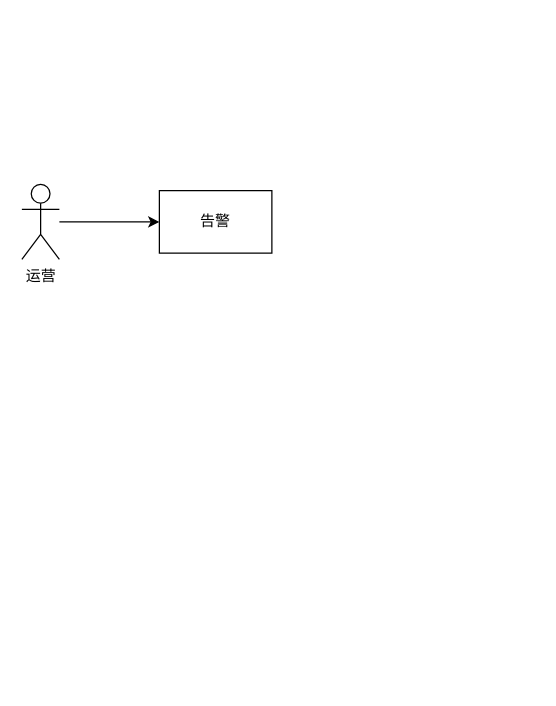
Before: nids告警.drawio in ernongxizhu/picture, a draw.io diagram. Source tidied: cells renumbered, new cells numbered last; positions are measured from the earlier drawing's top-left corner, leaving out a move shared by most shapes. Both pictures are drawn from the tidied source at 125%, with x=0, y=0 at pixel (21, 184).
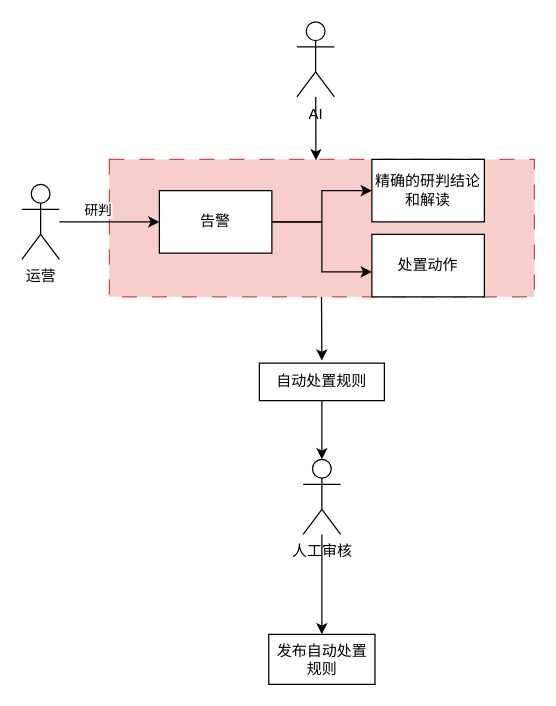
The same diagram, later.

Unchanged cells that the change refers to:
```xml
<mxCell id="2" value="告警" style="rounded=0;whiteSpace=wrap;html=1;" parent="1" vertex="1">
  <mxGeometry x="110" y="5" width="90" height="50" as="geometry" />
</mxCell>
<mxCell id="3" style="edgeStyle=orthogonalEdgeStyle;rounded=0;jettySize=auto;html=1;" parent="1" edge="1" source="4" target="2">
  <mxGeometry relative="1" as="geometry" />
</mxCell>
```

Change to the diagram source:
```diff
@@
+    <mxCell id="5" style="rounded=0;whiteSpace=wrap;html=1;dashed=1;dashPattern=12 12;fillColor=#f8cecc;strokeColor=#b85450;" parent="1" vertex="1">
+      <mxGeometry x="70" y="-20" width="340" height="110" as="geometry" />
+    </mxCell>
+    <mxCell id="6" style="edgeStyle=orthogonalEdgeStyle;rounded=0;jettySize=auto;html=1;" parent="1" edge="1" source="2" target="8">
+      <mxGeometry relative="1" as="geometry" />
+    </mxCell>
@@
+    <mxCell id="7" value="研判" style="edgeLabel;html=1;align=center;verticalAlign=middle;" parent="3" vertex="1">
+      <mxGeometry x="-0.34" y="3" relative="1" as="geometry">
+        <mxPoint x="4" y="-7" as="offset" />
+      </mxGeometry>
+    </mxCell>
@@
+    <mxCell id="8" value="精确的研判结论和解读" style="rounded=0;whiteSpace=wrap;html=1;" parent="1" vertex="1">
+      <mxGeometry x="280" y="-20" width="90" height="50" as="geometry" />
+    </mxCell>
+    <mxCell id="9" value="AI" style="shape=umlActor;verticalLabelPosition=bottom;verticalAlign=top;html=1;outlineConnect=0;" parent="1" vertex="1">
+      <mxGeometry x="220" y="-130" width="30" height="60" as="geometry" />
+    </mxCell>
+    <mxCell id="10" style="endArrow=classic;html=1;rounded=0;entryX=0.486;entryY=0.006;entryDx=0;entryDy=0;entryPerimeter=0;" parent="1" edge="1" source="9" target="5">
+      <mxGeometry relative="1" as="geometry" />
+    </mxCell>
+    <mxCell id="11" style="edgeStyle=orthogonalEdgeStyle;rounded=0;jettySize=auto;html=1;" parent="1" edge="1" source="12" target="17">
+      <mxGeometry relative="1" as="geometry" />
+    </mxCell>
+    <mxCell id="12" value="自动处置规则" style="rounded=0;whiteSpace=wrap;html=1;" parent="1" vertex="1">
+      <mxGeometry x="190" y="143" width="100" height="30" as="geometry" />
+    </mxCell>
+    <mxCell id="13" style="endArrow=classic;html=1;rounded=0;" parent="1" edge="1">
+      <mxGeometry relative="1" as="geometry">
+        <mxPoint x="239.7" y="90" as="sourcePoint" />
+        <mxPoint x="240" y="141" as="targetPoint" />
+      </mxGeometry>
+    </mxCell>
+    <mxCell id="14" value="处置动作" style="rounded=0;whiteSpace=wrap;html=1;" parent="1" vertex="1">
+      <mxGeometry x="280" y="40" width="90" height="50" as="geometry" />
+    </mxCell>
+    <mxCell id="15" style="edgeStyle=orthogonalEdgeStyle;rounded=0;orthogonalLoop=1;jettySize=auto;html=1;" parent="1" edge="1">
+      <mxGeometry relative="1" as="geometry">
+        <mxPoint x="200" y="30" as="sourcePoint" />
+        <mxPoint x="280" y="70" as="targetPoint" />
+        <Array as="points">
+          <mxPoint x="240" y="30" />
+          <mxPoint x="240" y="70" />
+        </Array>
+      </mxGeometry>
+    </mxCell>
+    <mxCell id="16" style="edgeStyle=orthogonalEdgeStyle;rounded=0;jettySize=auto;html=1;" parent="1" edge="1" source="17" target="18">
+      <mxGeometry relative="1" as="geometry" />
+    </mxCell>
+    <mxCell id="17" value="人工审核" style="shape=umlActor;verticalLabelPosition=bottom;verticalAlign=top;html=1;outlineConnect=0;" parent="1" vertex="1">
+      <mxGeometry x="225" y="220" width="30" height="60" as="geometry" />
+    </mxCell>
+    <mxCell id="18" value="发布自动处置规则" style="whiteSpace=wrap;html=1;verticalAlign=top;" parent="1" vertex="1">
+      <mxGeometry x="197.5" y="360" width="85" height="40" as="geometry" />
+    </mxCell>
```
